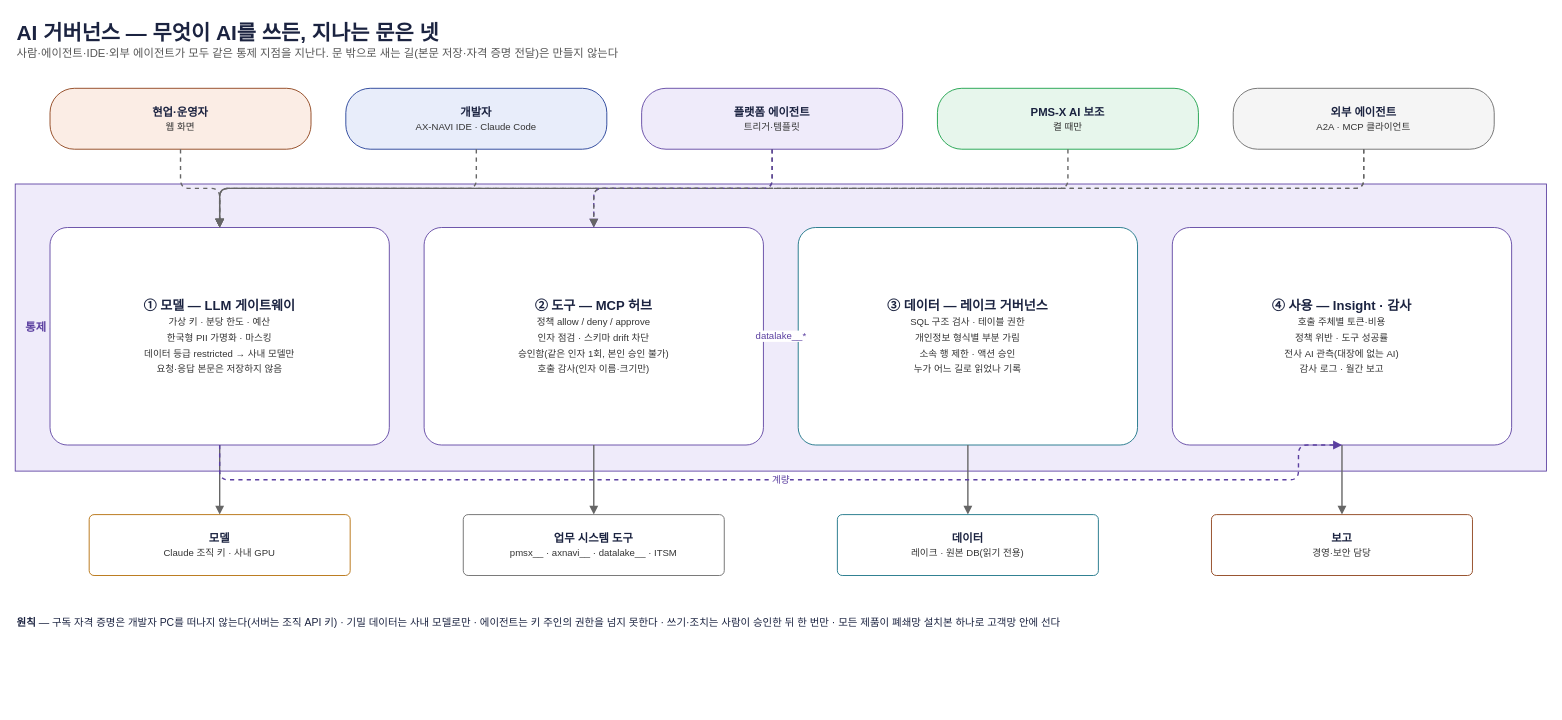
This is page "4. AI 거버넌스 — 4개 통제 지점" (4 of 4) of download/hnix-ax-ecosystem.drawio from Malburi/hnix-ax-site, a draw.io file, before an edit. Source tidied: cells renumbered, new cells numbered last; positions are measured from the earlier drawing's top-left corner, leaving out a move shared by most shapes. Both pictures are drawn from the tidied source at 87%, with x=0, y=0 at pixel (15, 15).
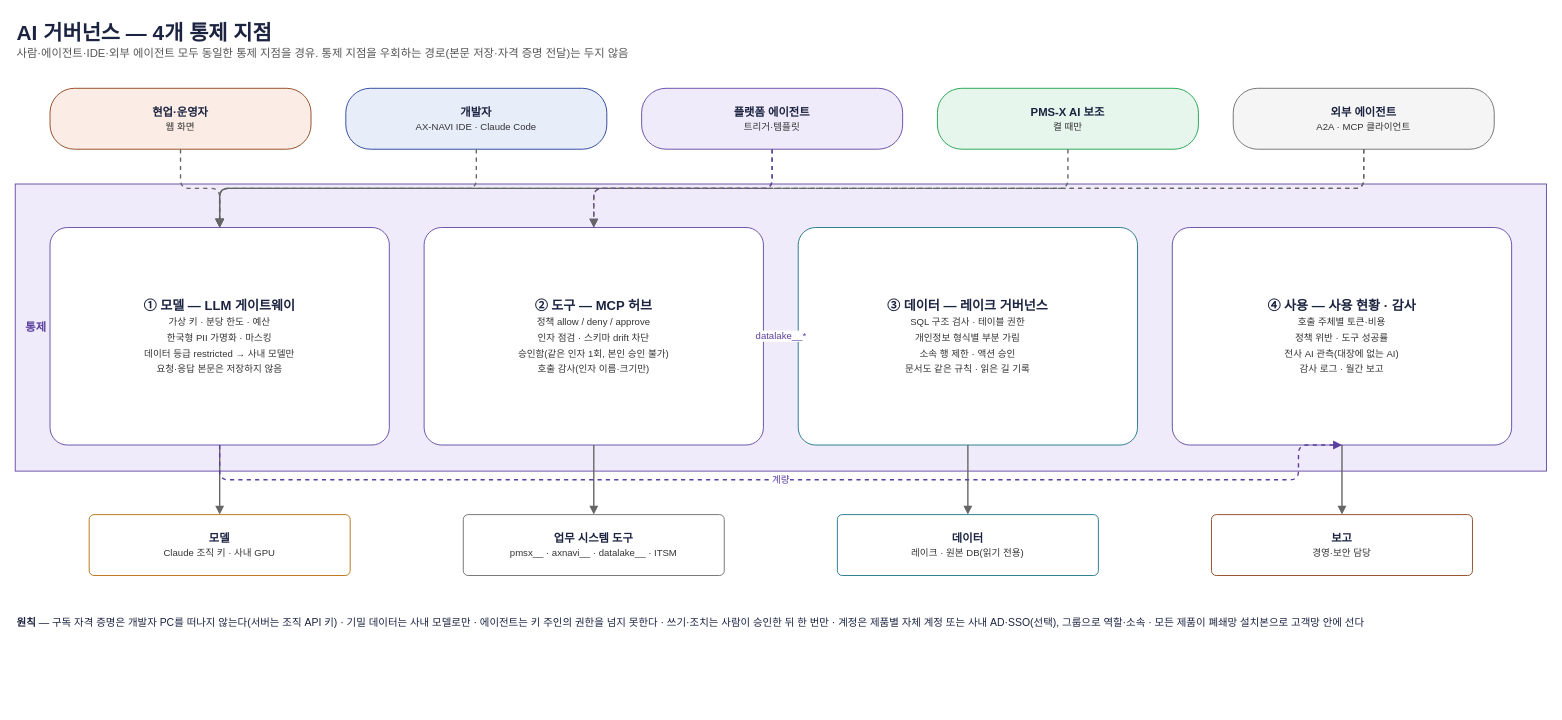
Above is the later version.

Change to the diagram source:
```diff
@@
-    <mxCell id="2" value="&lt;b style='font-size:24px'&gt;AI 거버넌스 — 무엇이 AI를 쓰든, 지나는 문은 넷&lt;/b&gt;&lt;br&gt;&lt;font color='#555555'&gt;사람·에이전트·IDE·외부 에이전트가 모두 같은 통제 지점을 지난다. 문 밖으로 새는 길(본문 저장·자격 증명 전달)은 만들지 않는다&lt;/font&gt;" style="text;html=1;whiteSpace=wrap;align=left;verticalAlign=top;fontSize=13;fontColor=#1B2340;" parent="1" vertex="1">
+    <mxCell id="2" value="&lt;b style='font-size:24px'&gt;AI 거버넌스 — 4개 통제 지점&lt;/b&gt;&lt;br&gt;&lt;font color='#555555'&gt;사람·에이전트·IDE·외부 에이전트 모두 동일한 통제 지점을 경유. 통제 지점을 우회하는 경로(본문 저장·자격 증명 전달)는 두지 않음&lt;/font&gt;" style="text;html=1;whiteSpace=wrap;align=left;verticalAlign=top;fontSize=13;fontColor=#1B2340;" parent="1" vertex="1">
       <mxGeometry width="1500" height="50" as="geometry" />
     </mxCell>
@@
-    <mxCell id="11" value="&lt;b&gt;③ 데이터 — 레이크 거버넌스&lt;/b&gt;&lt;br&gt;&lt;font style='font-size:11px' color='#333333'&gt;SQL 구조 검사 · 테이블 권한&lt;/font&gt;&lt;br&gt;&lt;font style='font-size:11px' color='#333333'&gt;개인정보 형식별 부분 가림&lt;/font&gt;&lt;br&gt;&lt;font style='font-size:11px' color='#333333'&gt;소속 행 제한 · 액션 승인&lt;/font&gt;&lt;br&gt;&lt;font style='font-size:11px' color='#333333'&gt;누가 어느 길로 읽었나 기록&lt;/font&gt;" style="rounded=1;arcSize=8;whiteSpace=wrap;html=1;strokeColor=#126E82;fillColor=#FFFFFF;fontSize=15;fontColor=#1B2340;" parent="1" vertex="1">
+    <mxCell id="11" value="&lt;b&gt;③ 데이터 — 레이크 거버넌스&lt;/b&gt;&lt;br&gt;&lt;font style='font-size:11px' color='#333333'&gt;SQL 구조 검사 · 테이블 권한&lt;/font&gt;&lt;br&gt;&lt;font style='font-size:11px' color='#333333'&gt;개인정보 형식별 부분 가림&lt;/font&gt;&lt;br&gt;&lt;font style='font-size:11px' color='#333333'&gt;소속 행 제한 · 액션 승인&lt;/font&gt;&lt;br&gt;&lt;font style='font-size:11px' color='#333333'&gt;문서도 같은 규칙 · 읽은 길 기록&lt;/font&gt;" style="rounded=1;arcSize=8;whiteSpace=wrap;html=1;strokeColor=#126E82;fillColor=#FFFFFF;fontSize=15;fontColor=#1B2340;" parent="1" vertex="1">
       <mxGeometry x="900" y="244" width="390" height="250" as="geometry" />
     </mxCell>
-    <mxCell id="12" value="&lt;b&gt;④ 사용 — Insight · 감사&lt;/b&gt;&lt;br&gt;&lt;font style='font-size:11px' color='#333333'&gt;호출 주체별 토큰·비용&lt;/font&gt;&lt;br&gt;&lt;font style='font-size:11px' color='#333333'&gt;정책 위반 · 도구 성공률&lt;/font&gt;&lt;br&gt;&lt;font style='font-size:11px' color='#333333'&gt;전사 AI 관측(대장에 없는 AI)&lt;/font&gt;&lt;br&gt;&lt;font style='font-size:11px' color='#333333'&gt;감사 로그 · 월간 보고&lt;/font&gt;" style="rounded=1;arcSize=8;whiteSpace=wrap;html=1;strokeColor=#5B3FA0;fillColor=#FFFFFF;fontSize=15;fontColor=#1B2340;" parent="1" vertex="1">
+    <mxCell id="12" value="&lt;b&gt;④ 사용 — 사용 현황 · 감사&lt;/b&gt;&lt;br&gt;&lt;font style='font-size:11px' color='#333333'&gt;호출 주체별 토큰·비용&lt;/font&gt;&lt;br&gt;&lt;font style='font-size:11px' color='#333333'&gt;정책 위반 · 도구 성공률&lt;/font&gt;&lt;br&gt;&lt;font style='font-size:11px' color='#333333'&gt;전사 AI 관측(대장에 없는 AI)&lt;/font&gt;&lt;br&gt;&lt;font style='font-size:11px' color='#333333'&gt;감사 로그 · 월간 보고&lt;/font&gt;" style="rounded=1;arcSize=8;whiteSpace=wrap;html=1;strokeColor=#5B3FA0;fillColor=#FFFFFF;fontSize=15;fontColor=#1B2340;" parent="1" vertex="1">
       <mxGeometry x="1330" y="244" width="390" height="250" as="geometry" />
     </mxCell>
@@
-    <mxCell id="30" value="&lt;b&gt;원칙&lt;/b&gt; — 구독 자격 증명은 개발자 PC를 떠나지 않는다(서버는 조직 API 키) · 기밀 데이터는 사내 모델로만 · 에이전트는 키 주인의 권한을 넘지 못한다 · 쓰기·조치는 사람이 승인한 뒤 한 번만 · 모든 제품이 폐쇄망 설치본 하나로 고객망 안에 선다" style="text;html=1;whiteSpace=wrap;align=left;verticalAlign=top;fontSize=12;fontColor=#1B2340;" parent="1" vertex="1">
+    <mxCell id="30" value="&lt;b&gt;원칙&lt;/b&gt; — 구독 자격 증명은 개발자 PC를 떠나지 않는다(서버는 조직 API 키) · 기밀 데이터는 사내 모델로만 · 에이전트는 키 주인의 권한을 넘지 못한다 · 쓰기·조치는 사람이 승인한 뒤 한 번만 · 계정은 제품별 자체 계정 또는 사내 AD·SSO(선택), 그룹으로 역할·소속 · 모든 제품이 폐쇄망 설치본으로 고객망 안에 선다" style="text;html=1;whiteSpace=wrap;align=left;verticalAlign=top;fontSize=12;fontColor=#1B2340;" parent="1" vertex="1">
       <mxGeometry y="684" width="1760" height="110" as="geometry" />
     </mxCell>
```
